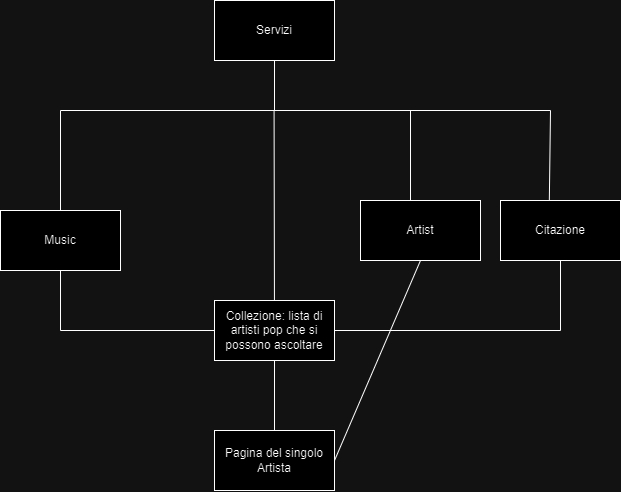
Before: img/dipendenze.png, a diagram exported from draw.io (matildezagnoni/Informatica-Umanistica). Source tidied: cells renumbered, new cells last; positions are measured from the earlier drawing's top-left corner, leaving out a move shared by most shapes.
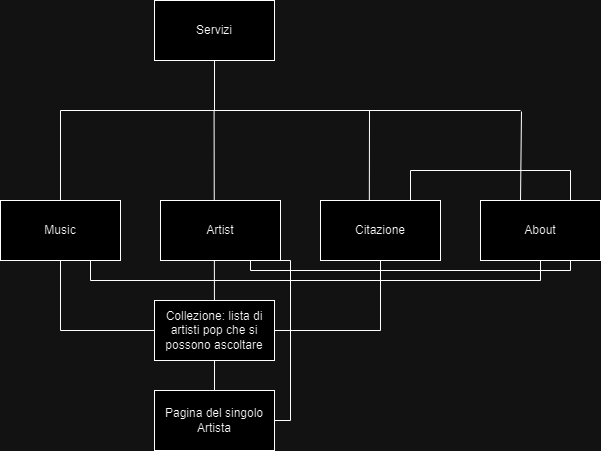
Above is the later version.

Commit message:
modifiche dipendenze

Diff of the diagram source:
```diff
@@ -15,8 +15,8 @@
     </mxCell>
     <mxCell id="5" style="endArrow=none;html=1;rounded=0;" parent="1" edge="1">
       <mxGeometry relative="1" as="geometry">
-        <mxPoint x="60" y="110" as="sourcePoint" />
-        <mxPoint x="550" y="110" as="targetPoint" />
+        <mxPoint x="120" y="110" as="sourcePoint" />
+        <mxPoint x="580" y="110" as="targetPoint" />
       </mxGeometry>
     </mxCell>
     <mxCell id="6" style="endArrow=none;html=1;rounded=0;entryX=0.5;entryY=1;entryDx=0;entryDy=0;" parent="1" edge="1" source="4">
@@ -25,52 +25,84 @@
       </mxGeometry>
     </mxCell>
     <mxCell id="7" value="Pagina del singolo Artista" style="rounded=0;whiteSpace=wrap;html=1;" parent="1" vertex="1">
-      <mxGeometry x="214" y="430" width="120" height="60" as="geometry" />
+      <mxGeometry x="214" y="390" width="120" height="60" as="geometry" />
     </mxCell>
     <mxCell id="8" style="endArrow=none;html=1;rounded=0;exitX=0.407;exitY=-0.011;exitDx=0;exitDy=0;exitPerimeter=0;" parent="1" edge="1" source="12">
       <mxGeometry relative="1" as="geometry">
-        <mxPoint x="550" y="110" as="targetPoint" />
+        <mxPoint x="429" y="110" as="targetPoint" />
       </mxGeometry>
     </mxCell>
     <mxCell id="9" value="Music" style="rounded=0;whiteSpace=wrap;html=1;" parent="1" vertex="1">
-      <mxGeometry y="210" width="120" height="60" as="geometry" />
+      <mxGeometry x="60" y="200" width="120" height="60" as="geometry" />
     </mxCell>
-    <mxCell id="10" style="endArrow=none;html=1;rounded=0;exitX=0.5;exitY=0;exitDx=0;exitDy=0;entryX=0.5;entryY=1;entryDx=0;entryDy=0;" parent="1" edge="1" source="9">
+    <mxCell id="10" style="endArrow=none;html=1;rounded=0;exitX=0.5;exitY=0;exitDx=0;exitDy=0;" parent="1" edge="1" source="9">
       <mxGeometry relative="1" as="geometry">
-        <mxPoint x="60" y="110" as="targetPoint" />
+        <mxPoint x="120" y="110" as="targetPoint" />
       </mxGeometry>
     </mxCell>
     <mxCell id="11" style="endArrow=none;html=1;rounded=0;entryX=0.5;entryY=1;entryDx=0;entryDy=0;exitX=0.5;exitY=0;exitDx=0;exitDy=0;" parent="1" edge="1" source="7" target="4">
       <mxGeometry relative="1" as="geometry" />
     </mxCell>
     <mxCell id="12" value="Citazione" style="rounded=0;whiteSpace=wrap;html=1;" parent="1" vertex="1">
-      <mxGeometry x="500" y="200" width="120" height="60" as="geometry" />
+      <mxGeometry x="380" y="200" width="120" height="60" as="geometry" />
     </mxCell>
-    <mxCell id="13" style="endArrow=none;html=1;rounded=0;" parent="1" edge="1">
-      <mxGeometry relative="1" as="geometry">
-        <mxPoint x="410" y="200" as="sourcePoint" />
-        <mxPoint x="410" y="110" as="targetPoint" />
-      </mxGeometry>
-    </mxCell>
     <mxCell id="14" value="Artist" style="rounded=0;whiteSpace=wrap;html=1;" parent="1" vertex="1">
-      <mxGeometry x="360" y="200" width="120" height="60" as="geometry" />
+      <mxGeometry x="220" y="200" width="120" height="60" as="geometry" />
     </mxCell>
     <mxCell id="15" style="endArrow=none;html=1;rounded=0;exitX=1;exitY=0.5;exitDx=0;exitDy=0;entryX=0.5;entryY=1;entryDx=0;entryDy=0;" parent="1" edge="1" source="7" target="14">
-      <mxGeometry relative="1" as="geometry" />
+      <mxGeometry relative="1" as="geometry">
+        <Array as="points">
+          <mxPoint x="350" y="420" />
+          <mxPoint x="350" y="260" />
+        </Array>
+      </mxGeometry>
     </mxCell>
     <mxCell id="16" style="endArrow=none;html=1;rounded=0;exitX=1;exitY=0.5;exitDx=0;exitDy=0;entryX=0.5;entryY=1;entryDx=0;entryDy=0;" parent="1" edge="1" source="4" target="12">
       <mxGeometry relative="1" as="geometry">
         <Array as="points">
-          <mxPoint x="560" y="330" />
+          <mxPoint x="440" y="330" />
         </Array>
       </mxGeometry>
     </mxCell>
     <mxCell id="17" style="endArrow=none;html=1;rounded=0;exitX=0.5;exitY=1;exitDx=0;exitDy=0;entryX=0;entryY=0.5;entryDx=0;entryDy=0;" parent="1" edge="1" source="9" target="4">
       <mxGeometry relative="1" as="geometry">
         <Array as="points">
-          <mxPoint x="60" y="330" />
+          <mxPoint x="120" y="330" />
         </Array>
       </mxGeometry>
     </mxCell>
+    <mxCell id="18" style="endArrow=none;html=1;rounded=0;exitX=0.407;exitY=-0.011;exitDx=0;exitDy=0;exitPerimeter=0;" parent="1" edge="1">
+      <mxGeometry relative="1" as="geometry">
+        <mxPoint x="580" y="200" as="sourcePoint" />
+        <mxPoint x="581" y="111" as="targetPoint" />
+      </mxGeometry>
+    </mxCell>
+    <mxCell id="19" value="About" style="rounded=0;whiteSpace=wrap;html=1;" parent="1" vertex="1">
+      <mxGeometry x="540" y="200" width="120" height="60" as="geometry" />
+    </mxCell>
+    <mxCell id="20" style="endArrow=none;html=1;rounded=0;exitX=0.75;exitY=1;exitDx=0;exitDy=0;entryX=0.5;entryY=1;entryDx=0;entryDy=0;" parent="1" edge="1" source="9" target="19">
+      <mxGeometry relative="1" as="geometry">
+        <Array as="points">
+          <mxPoint x="150" y="280" />
+          <mxPoint x="600" y="280" />
+        </Array>
+      </mxGeometry>
+    </mxCell>
+    <mxCell id="21" style="endArrow=none;html=1;rounded=0;exitX=0.75;exitY=1;exitDx=0;exitDy=0;entryX=0.75;entryY=1;entryDx=0;entryDy=0;" parent="1" edge="1" source="14" target="19">
+      <mxGeometry relative="1" as="geometry">
+        <Array as="points">
+          <mxPoint x="310" y="270" />
+          <mxPoint x="630" y="270" />
+        </Array>
+      </mxGeometry>
+    </mxCell>
+    <mxCell id="22" style="endArrow=none;html=1;rounded=0;exitX=0.75;exitY=0;exitDx=0;exitDy=0;entryX=0.75;entryY=0;entryDx=0;entryDy=0;" parent="1" edge="1" source="19" target="12">
+      <mxGeometry relative="1" as="geometry">
+        <Array as="points">
+          <mxPoint x="630" y="170" />
+          <mxPoint x="470" y="170" />
+        </Array>
+      </mxGeometry>
+    </mxCell>
   </root>
 </mxGraphModel>
```
